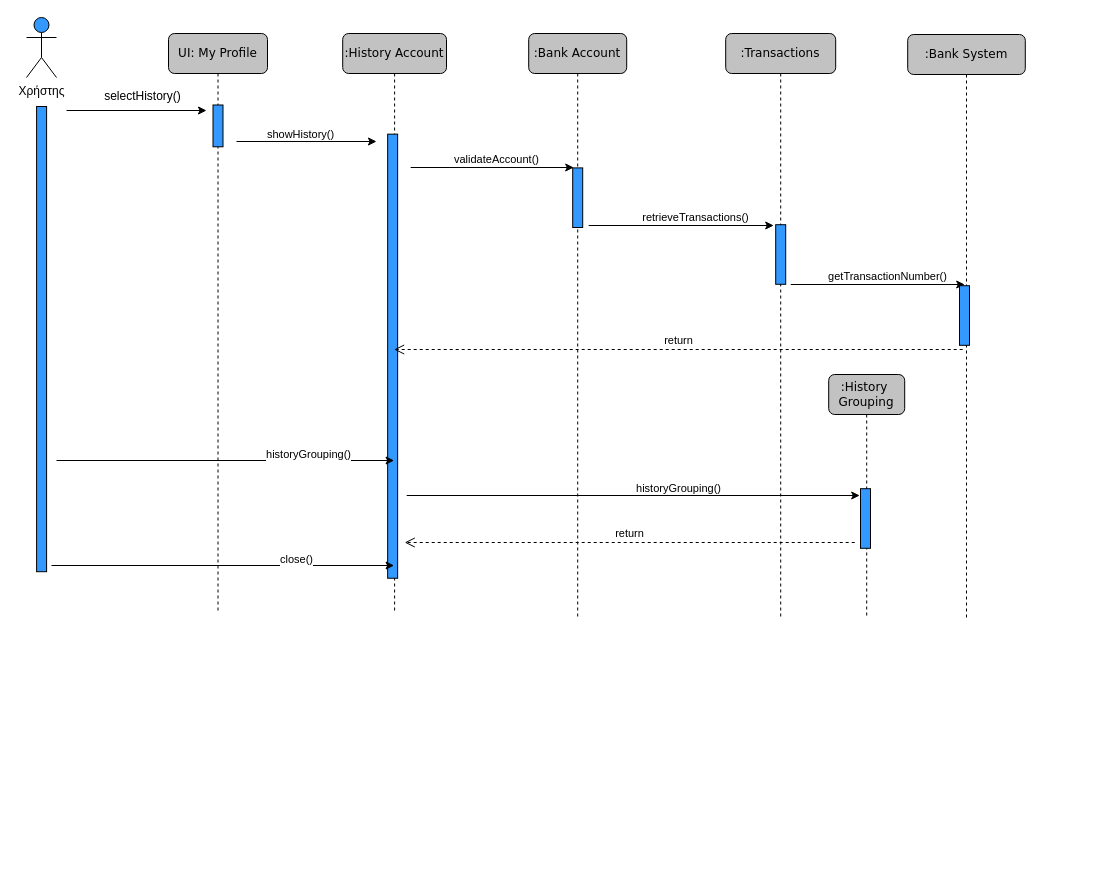
Above: 4ο Παραδοτέο/Sequence Diagrams/11. History/history.drawio in VasilisKyriakos/financial-wallet (draw.io), before the change. Source tidied: cells renumbered, new cells numbered last; positions are measured from the earlier drawing's top-left corner, leaving out a move shared by most shapes. Both pictures are drawn from the tidied source at 100%, with x=0, y=0 at pixel (-192, 17).
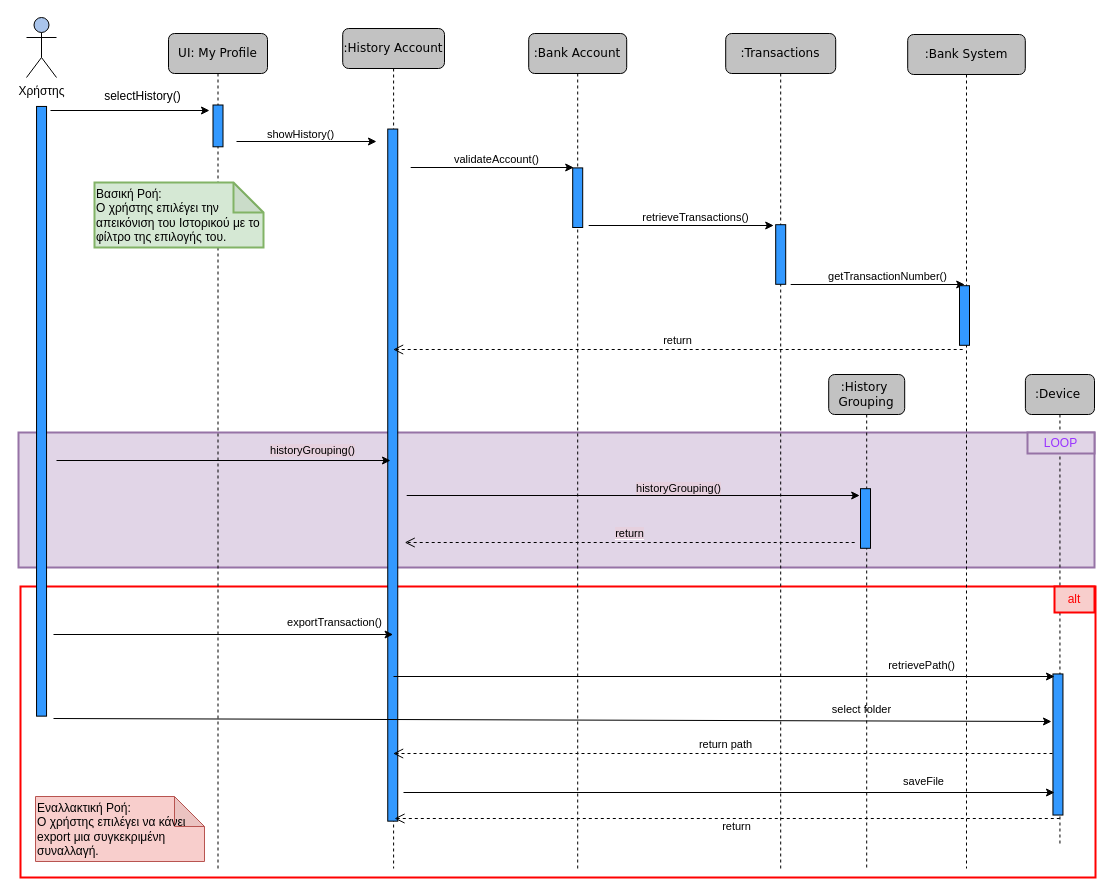
After the change.

Unchanged cells that the change refers to:
```xml
<mxCell id="22" style="endArrow=classic;html=1;rounded=0;" parent="21" edge="1">
  <mxGeometry relative="1" as="geometry">
    <mxPoint x="-422" y="121" as="sourcePoint" />
    <mxPoint x="31" y="121" as="targetPoint" />
  </mxGeometry>
</mxCell>
```

The edit, as a diff of the source:
```diff
@@
+    <mxCell id="34" style="rounded=0;whiteSpace=wrap;html=1;strokeColor=#9673a6;fillColor=#e1d5e7;strokeWidth=2;" parent="1" vertex="1">
+      <mxGeometry x="210" y="415" width="1076" height="135" as="geometry" />
+    </mxCell>
+    <mxCell id="35" style="rounded=0;whiteSpace=wrap;html=1;fillColor=none;strokeColor=#FF0000;strokeWidth=2;" parent="1" vertex="1">
+      <mxGeometry x="212" y="569" width="1075" height="291" as="geometry" />
+    </mxCell>
     <mxCell id="2" value=":History Account" style="shape=umlLifeline;perimeter=lifelinePerimeter;whiteSpace=wrap;html=1;outlineConnect=0;rounded=1;shadow=0;comic=0;labelBackgroundColor=none;strokeWidth=1;fontFamily=Verdana;fontSize=12;align=center;fillColor=#C2C2C2;" parent="1" vertex="1">
-      <mxGeometry x="534.2" y="16" width="103.8" height="579" as="geometry" />
+      <mxGeometry x="534.2" y="11" width="101.8" height="840" as="geometry" />
     </mxCell>
     <mxCell id="3" style="rounded=0;whiteSpace=wrap;html=1;rotation=90;fillColor=#3399FF;" parent="2" vertex="1">
-      <mxGeometry x="-172.1" y="317.7" width="444.1" height="10" as="geometry" />
+      <mxGeometry x="-296" y="441.6" width="692.1" height="10" as="geometry" />
     </mxCell>
     <mxCell id="4" value=":Transactions" style="shape=umlLifeline;perimeter=lifelinePerimeter;whiteSpace=wrap;html=1;rounded=1;shadow=0;comic=0;labelBackgroundColor=none;strokeWidth=1;fontFamily=Verdana;fontSize=12;align=center;fillColor=#C2C2C2;" parent="1" vertex="1">
-      <mxGeometry x="917.2" y="16" width="110" height="586" as="geometry" />
+      <mxGeometry x="917.2" y="16" width="110" height="835" as="geometry" />
     </mxCell>
@@
-    <mxCell id="6" value="Χρήστης" style="shape=umlActor;verticalLabelPosition=bottom;verticalAlign=top;html=1;fillColor=#3399FF;" parent="1" vertex="1">
+    <mxCell id="6" value="Χρήστης" style="shape=umlActor;verticalLabelPosition=bottom;verticalAlign=top;html=1;fillColor=#A9C4EB;" parent="1" vertex="1">
       <mxGeometry x="218" width="30" height="60" as="geometry" />
     </mxCell>
     <mxCell id="7" style="endArrow=classic;html=1;rounded=0;" parent="1" edge="1">
       <mxGeometry relative="1" as="geometry">
-        <mxPoint x="258" y="93" as="sourcePoint" />
-        <mxPoint x="398" y="93" as="targetPoint" />
+        <mxPoint x="242" y="93" as="sourcePoint" />
+        <mxPoint x="401" y="93" as="targetPoint" />
       </mxGeometry>
     </mxCell>
@@
     <mxCell id="9" value=":Bank System" style="shape=umlLifeline;perimeter=lifelinePerimeter;whiteSpace=wrap;html=1;rounded=1;shadow=0;comic=0;labelBackgroundColor=none;strokeWidth=1;fontFamily=Verdana;fontSize=12;align=center;fillColor=#C2C2C2;" parent="1" vertex="1">
-      <mxGeometry x="1099.2" y="17" width="117.6" height="585" as="geometry" />
+      <mxGeometry x="1099.2" y="17" width="117.6" height="834" as="geometry" />
     </mxCell>
@@
     <mxCell id="14" style="rounded=0;whiteSpace=wrap;html=1;rotation=90;fillColor=#3399FF;" parent="1" vertex="1">
-      <mxGeometry x="0.5" y="316.6" width="465.2" height="10" as="geometry" />
+      <mxGeometry x="-71.8" y="388.8" width="609.7" height="10" as="geometry" />
     </mxCell>
     <mxCell id="15" value=":Bank Account" style="shape=umlLifeline;perimeter=lifelinePerimeter;whiteSpace=wrap;html=1;rounded=1;shadow=0;comic=0;labelBackgroundColor=none;strokeWidth=1;fontFamily=Verdana;fontSize=12;align=center;fillColor=#C2C2C2;" parent="1" vertex="1">
-      <mxGeometry x="720.2" y="16" width="98" height="583" as="geometry" />
+      <mxGeometry x="720.2" y="16" width="98" height="835" as="geometry" />
     </mxCell>
@@
     <mxCell id="21" value=":History&amp;nbsp;&lt;br&gt;Grouping" style="shape=umlLifeline;perimeter=lifelinePerimeter;whiteSpace=wrap;html=1;rounded=1;shadow=0;comic=0;labelBackgroundColor=none;strokeWidth=1;fontFamily=Verdana;fontSize=12;align=center;fillColor=#C2C2C2;" parent="1" vertex="1">
-      <mxGeometry x="1020.2" y="357" width="76" height="241" as="geometry" />
+      <mxGeometry x="1020.2" y="357" width="76" height="494" as="geometry" />
     </mxCell>
@@
-    <mxCell id="23" value="historyGrouping()" style="edgeLabel;html=1;align=center;verticalAlign=middle;" parent="22" vertex="1">
+    <mxCell id="23" value="historyGrouping()" style="edgeLabel;html=1;align=center;verticalAlign=middle;labelBackgroundColor=#E6D0DE;" parent="22" vertex="1">
       <mxGeometry x="0.88" y="3" relative="1" as="geometry">
         <mxPoint x="-155" y="-5" as="offset" />
       </mxGeometry>
     </mxCell>
@@
+    <mxCell id="36" value="return path" style="html=1;verticalAlign=bottom;endArrow=open;dashed=1;endSize=8;rounded=0;" parent="21" edge="1" target="2">
+      <mxGeometry relative="1" as="geometry">
+        <mxPoint x="229.8" y="379" as="sourcePoint" />
+      </mxGeometry>
+    </mxCell>
+    <mxCell id="37" value="return" style="html=1;verticalAlign=bottom;endArrow=open;dashed=1;endSize=8;rounded=0;" parent="21" edge="1">
+      <mxGeometry x="-0.03" y="17" relative="1" as="geometry">
+        <mxPoint x="231.1" y="444" as="sourcePoint" />
+        <mxPoint x="-434.2" y="444" as="targetPoint" />
+      </mxGeometry>
+    </mxCell>
-    <mxCell id="25" style="endArrow=classic;html=1;rounded=0;" parent="1" edge="1" target="2">
+    <mxCell id="25" style="endArrow=classic;html=1;rounded=0;" parent="1" edge="1">
       <mxGeometry relative="1" as="geometry">
         <mxPoint x="248" y="443" as="sourcePoint" />
+        <mxPoint x="582" y="443" as="targetPoint" />
       </mxGeometry>
     </mxCell>
-    <mxCell id="26" value="historyGrouping()" style="edgeLabel;html=1;align=center;verticalAlign=middle;" parent="25" vertex="1">
+    <mxCell id="26" value="historyGrouping()" style="edgeLabel;html=1;align=center;verticalAlign=middle;labelBackgroundColor=#E6D0DE;" parent="25" vertex="1">
       <mxGeometry x="0.1" relative="1" as="geometry">
-        <mxPoint x="65" y="-7" as="offset" />
+        <mxPoint x="71" y="-11" as="offset" />
       </mxGeometry>
     </mxCell>
-    <mxCell id="27" value="return" style="html=1;verticalAlign=bottom;endArrow=open;dashed=1;endSize=8;rounded=0;" parent="1" edge="1">
+    <mxCell id="27" value="&lt;span style=&quot;background-color: rgb(230, 208, 222);&quot;&gt;return&lt;/span&gt;" style="html=1;verticalAlign=bottom;endArrow=open;dashed=1;endSize=8;rounded=0;" parent="1" edge="1">
       <mxGeometry relative="1" as="geometry">
         <mxPoint x="1046.2" y="525" as="sourcePoint" />
         <mxPoint x="596.2" y="525" as="targetPoint" />
       </mxGeometry>
     </mxCell>
-    <mxCell id="28" style="endArrow=classic;html=1;rounded=0;" parent="1" edge="1" target="2">
-      <mxGeometry relative="1" as="geometry">
-        <mxPoint x="243" y="548" as="sourcePoint" />
-      </mxGeometry>
-    </mxCell>
-    <mxCell id="29" value="close()" style="edgeLabel;html=1;align=center;verticalAlign=middle;" parent="28" vertex="1">
-      <mxGeometry x="0.1" relative="1" as="geometry">
-        <mxPoint x="56" y="-7" as="offset" />
-      </mxGeometry>
-    </mxCell>
     <mxCell id="30" value="UI: My Profile" style="shape=umlLifeline;perimeter=lifelinePerimeter;whiteSpace=wrap;html=1;rounded=1;shadow=0;comic=0;labelBackgroundColor=none;strokeWidth=1;fontFamily=Verdana;fontSize=12;align=center;fillColor=#C2C2C2;" parent="1" vertex="1">
-      <mxGeometry x="360" y="16" width="99" height="577" as="geometry" />
+      <mxGeometry x="360" y="16" width="99" height="835" as="geometry" />
     </mxCell>
@@
+    <mxCell id="38" style="endArrow=classic;html=1;rounded=0;" parent="30" edge="1">
+      <mxGeometry relative="1" as="geometry">
+        <mxPoint x="-115" y="685" as="sourcePoint" />
+        <mxPoint x="883" y="688" as="targetPoint" />
+      </mxGeometry>
+    </mxCell>
+    <mxCell id="39" value="select folder" style="edgeLabel;html=1;align=center;verticalAlign=middle;labelBackgroundColor=none;" parent="38" vertex="1">
+      <mxGeometry x="0.67" relative="1" as="geometry">
+        <mxPoint x="-25" y="-12" as="offset" />
+      </mxGeometry>
+    </mxCell>
@@
+    <mxCell id="40" style="endArrow=classic;html=1;rounded=0;" parent="1" edge="1" target="2">
+      <mxGeometry relative="1" as="geometry">
+        <mxPoint x="245" y="617" as="sourcePoint" />
+      </mxGeometry>
+    </mxCell>
+    <mxCell id="41" value="exportTransaction()" style="edgeLabel;html=1;align=center;verticalAlign=middle;labelBackgroundColor=none;" parent="40" vertex="1">
+      <mxGeometry x="0.67" relative="1" as="geometry">
+        <mxPoint x="-4" y="-13" as="offset" />
+      </mxGeometry>
+    </mxCell>
+    <mxCell id="42" value=":Device&amp;nbsp;" style="shape=umlLifeline;perimeter=lifelinePerimeter;whiteSpace=wrap;html=1;rounded=1;shadow=0;comic=0;labelBackgroundColor=none;strokeWidth=1;fontFamily=Verdana;fontSize=12;align=center;fillColor=#C2C2C2;" parent="1" vertex="1">
+      <mxGeometry x="1216.9" y="357" width="69.1" height="470" as="geometry" />
+    </mxCell>
+    <mxCell id="43" style="rounded=0;whiteSpace=wrap;html=1;rotation=90;fillColor=#3399FF;" parent="42" vertex="1">
+      <mxGeometry x="-38" y="365" width="141.1" height="10" as="geometry" />
+    </mxCell>
+    <mxCell id="44" value="&lt;font color=&quot;#9933ff&quot;&gt;LOOP&lt;/font&gt;" style="rounded=0;whiteSpace=wrap;html=1;strokeColor=#9673a6;fillColor=#e1d5e7;strokeWidth=2;" parent="42" vertex="1">
+      <mxGeometry x="2.1" y="58" width="67" height="21" as="geometry" />
+    </mxCell>
+    <mxCell id="45" style="endArrow=classic;html=1;rounded=0;" parent="1" edge="1">
+      <mxGeometry relative="1" as="geometry">
+        <mxPoint x="585" y="659" as="sourcePoint" />
+        <mxPoint x="1246" y="659" as="targetPoint" />
+      </mxGeometry>
+    </mxCell>
+    <mxCell id="46" value="retrievePath()" style="edgeLabel;html=1;align=center;verticalAlign=middle;labelBackgroundColor=none;" parent="45" vertex="1">
+      <mxGeometry x="0.67" relative="1" as="geometry">
+        <mxPoint x="-25" y="-12" as="offset" />
+      </mxGeometry>
+    </mxCell>
+    <mxCell id="47" style="endArrow=classic;html=1;rounded=0;" parent="1" edge="1">
+      <mxGeometry relative="1" as="geometry">
+        <mxPoint x="595" y="775" as="sourcePoint" />
+        <mxPoint x="1246" y="775" as="targetPoint" />
+      </mxGeometry>
+    </mxCell>
+    <mxCell id="48" value="saveFile" style="edgeLabel;html=1;align=center;verticalAlign=middle;labelBackgroundColor=none;" parent="47" vertex="1">
+      <mxGeometry x="0.67" relative="1" as="geometry">
+        <mxPoint x="-25" y="-12" as="offset" />
+      </mxGeometry>
+    </mxCell>
+    <mxCell id="49" value="&lt;font color=&quot;#ff0000&quot;&gt;alt&lt;/font&gt;" style="rounded=0;whiteSpace=wrap;html=1;fillColor=#f8cecc;strokeColor=#FF0000;strokeWidth=2;" parent="1" vertex="1">
+      <mxGeometry x="1246" y="569" width="40" height="26" as="geometry" />
+    </mxCell>
+    <mxCell id="50" value="Βασική Ροή:&lt;br&gt;Ο χρήστης επιλέγει την απεικόνιση του Ιστορικού με το φίλτρο της επιλογής του." style="shape=note;whiteSpace=wrap;html=1;backgroundOutline=1;darkOpacity=0.05;strokeColor=#82b366;fillColor=#d5e8d4;align=left;strokeWidth=2;" parent="1" vertex="1">
+      <mxGeometry x="286" y="165" width="169" height="65" as="geometry" />
+    </mxCell>
+    <mxCell id="51" value="Εναλλακτική Ροή:&lt;br&gt;Ο χρήστης επιλέγει να κάνει export μια συγκεκριμένη συναλλαγή." style="shape=note;whiteSpace=wrap;html=1;backgroundOutline=1;darkOpacity=0.05;strokeColor=#b85450;fillColor=#f8cecc;align=left;" parent="1" vertex="1">
+      <mxGeometry x="227" y="779" width="169" height="65" as="geometry" />
+    </mxCell>
```
